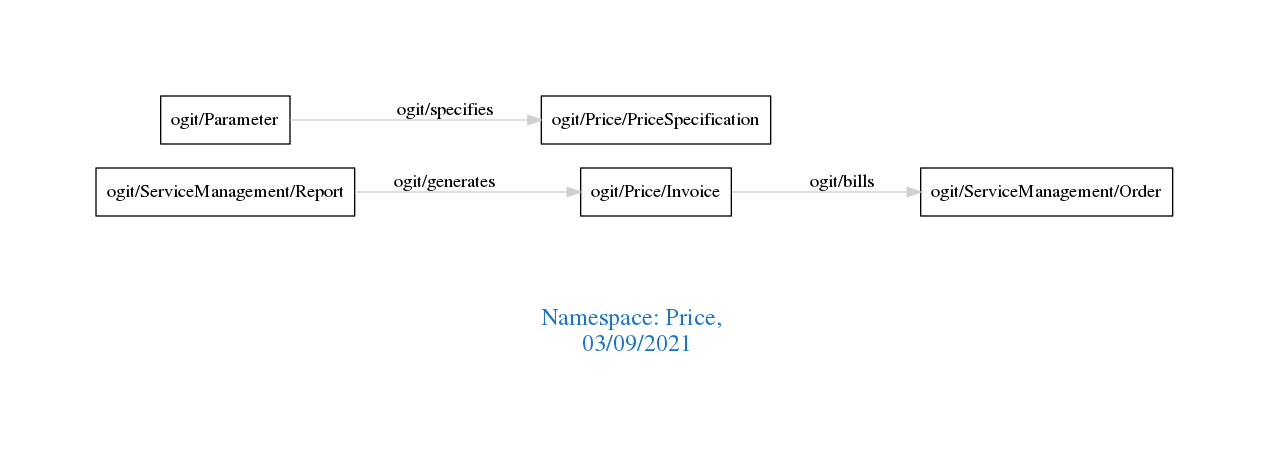
The Graphviz diagram downloads/Price.png in arago/OGIT, before a commit. Its source is kept beside it as downloads/Price.dot.
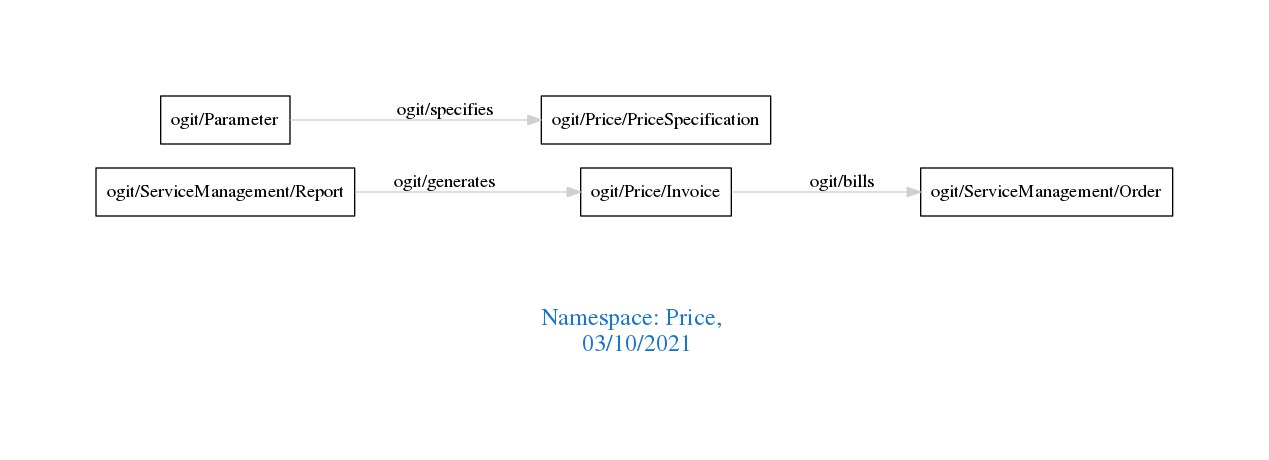
After the commit.

Change to the diagram source:
```diff
@@ -1,7 +1,7 @@
 digraph OGIT_ontology {
  graph [ rankdir= LR,pad=1
 fontsize = 18,
-fontcolor= dodgerblue3,label = "\n\n\nNamespace: Price, \n 03/09/2021"];
+fontcolor= dodgerblue3,label = "\n\n\nNamespace: Price, \n 03/10/2021"];
 node[shape=polygon];
 edge [  color="gray81"];
 
```
